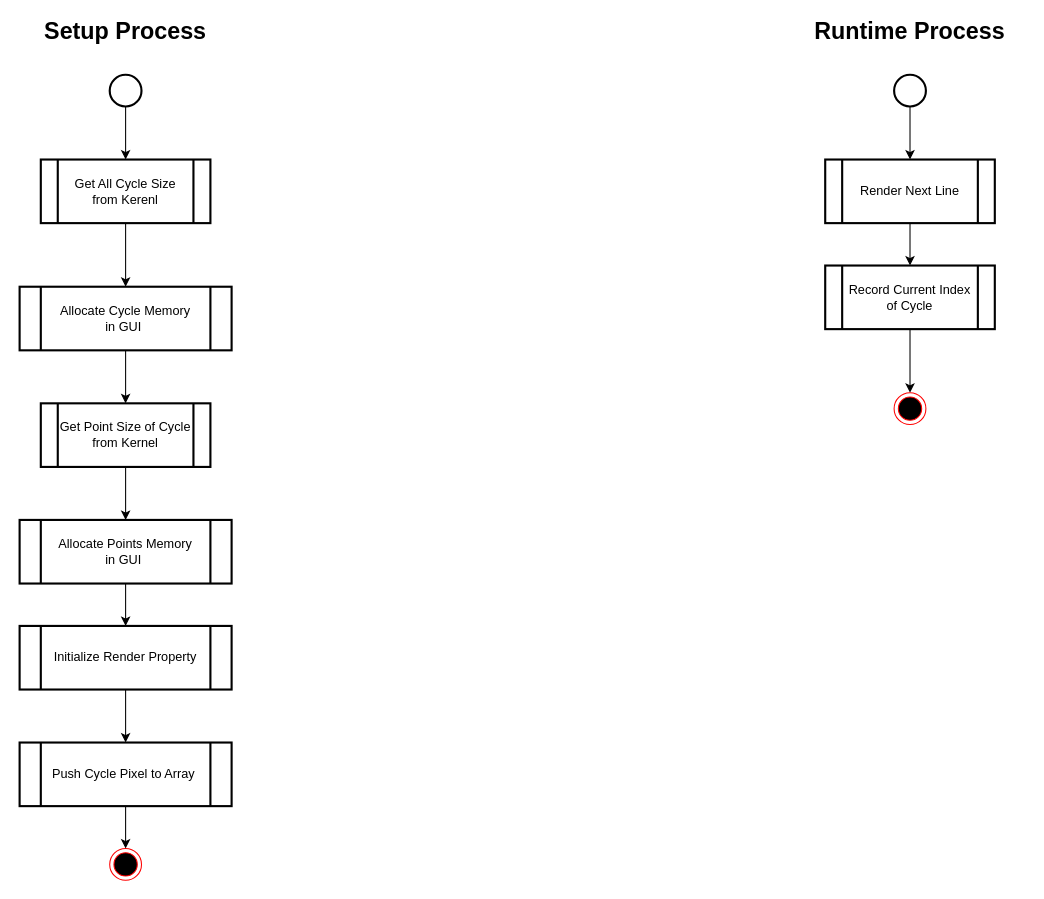
Earlier version of the draw.io diagram page "Setup & Runtime Flow" (4 of 4) of SG9KG5/Waveform.drawio (Jasson-Chou/Software-Projects). Source tidied: cells renumbered, new cells numbered last; positions are measured from the earlier drawing's top-left corner, leaving out a move shared by most shapes. Both pictures are drawn from the tidied source at 106%, with x=0, y=0 at pixel (19, 21).
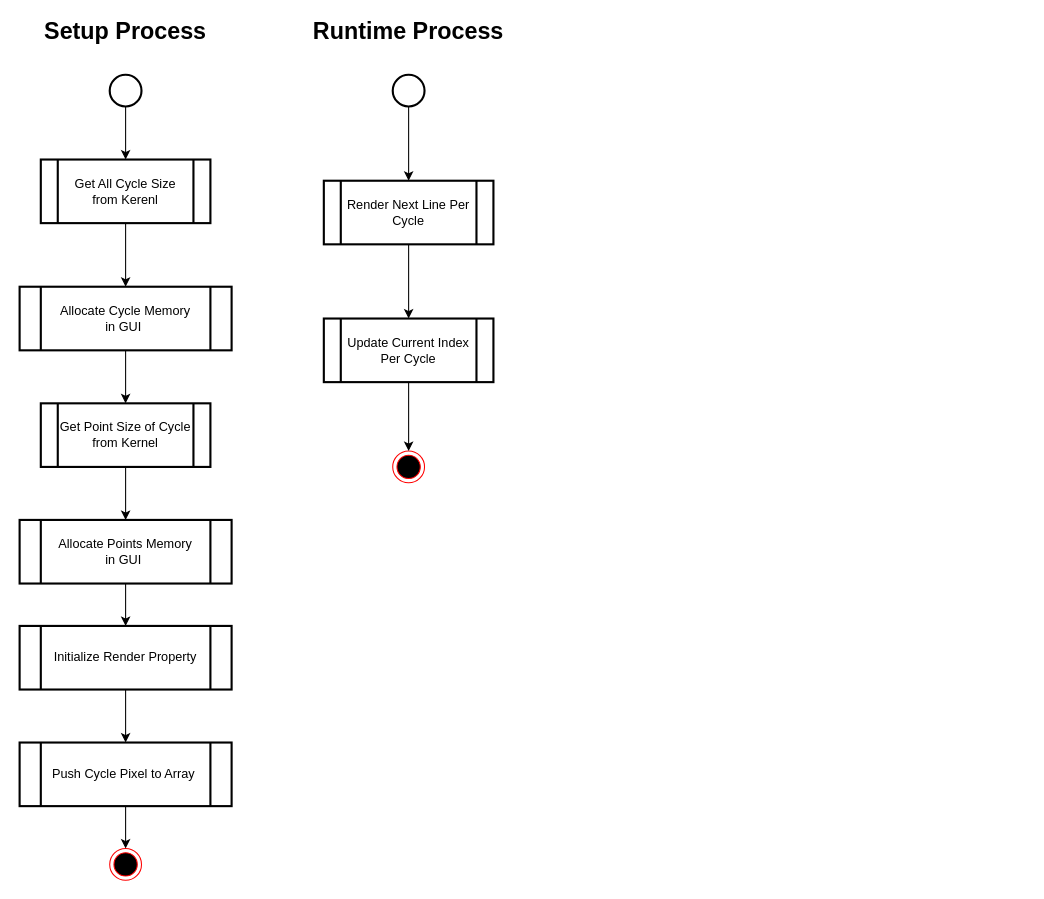
After the change.

Change to the diagram source:
```diff
@@
-    <mxCell id="14" value="Runtime Process" style="text;html=1;strokeColor=none;fillColor=none;align=center;verticalAlign=middle;whiteSpace=wrap;rounded=0;fontSize=22;fontStyle=1;" parent="1" vertex="1">
-      <mxGeometry x="730" width="220" height="20" as="geometry" />
-    </mxCell>
-    <mxCell id="15" style="edgeStyle=orthogonalEdgeStyle;rounded=0;jettySize=auto;html=1;entryX=0.5;entryY=0;entryDx=0;entryDy=0;fontSize=22;" parent="1" edge="1" source="16" target="18">
-      <mxGeometry relative="1" as="geometry" />
-    </mxCell>
-    <mxCell id="16" style="strokeWidth=2;html=1;shape=mxgraph.flowchart.start_2;whiteSpace=wrap;" parent="1" vertex="1">
-      <mxGeometry x="825" y="50" width="30" height="30" as="geometry" />
-    </mxCell>
-    <mxCell id="17" style="edgeStyle=orthogonalEdgeStyle;rounded=0;jettySize=auto;html=1;entryX=0.5;entryY=0;entryDx=0;entryDy=0;fontSize=22;" parent="1" edge="1" source="18" target="20">
-      <mxGeometry relative="1" as="geometry" />
-    </mxCell>
-    <mxCell id="18" value="Render Next Line" style="shape=process;whiteSpace=wrap;html=1;backgroundOutline=1;strokeWidth=2;" parent="1" vertex="1">
-      <mxGeometry x="760" y="130" width="160" height="60" as="geometry" />
-    </mxCell>
-    <mxCell id="19" style="edgeStyle=orthogonalEdgeStyle;rounded=0;jettySize=auto;html=1;entryX=0.5;entryY=0;entryDx=0;entryDy=0;fontSize=22;" parent="1" edge="1" source="20" target="21">
-      <mxGeometry relative="1" as="geometry" />
-    </mxCell>
-    <mxCell id="20" value="Record Current Index of&amp;nbsp;Cycle" style="shape=process;whiteSpace=wrap;html=1;backgroundOutline=1;strokeWidth=2;" parent="1" vertex="1">
-      <mxGeometry x="760" y="230" width="160" height="60" as="geometry" />
-    </mxCell>
-    <mxCell id="21" style="ellipse;html=1;shape=endState;fillColor=#000000;strokeColor=#ff0000;fontSize=22;" parent="1" vertex="1">
-      <mxGeometry x="825" y="350" width="30" height="30" as="geometry" />
-    </mxCell>
@@
+    <mxCell id="26" style="group;" parent="1" vertex="1">
+      <mxGeometry x="257" width="220" height="435" as="geometry" />
+    </mxCell>
+    <mxCell id="14" value="Runtime Process" style="text;html=1;strokeColor=none;fillColor=none;align=center;verticalAlign=middle;whiteSpace=wrap;rounded=0;fontSize=22;fontStyle=1;" parent="26" vertex="1">
+      <mxGeometry width="220" height="20" as="geometry" />
+    </mxCell>
+    <mxCell id="16" style="strokeWidth=2;html=1;shape=mxgraph.flowchart.start_2;whiteSpace=wrap;" parent="26" vertex="1">
+      <mxGeometry x="95" y="50" width="30" height="30" as="geometry" />
+    </mxCell>
+    <mxCell id="21" style="ellipse;html=1;shape=endState;fillColor=#000000;strokeColor=#ff0000;fontSize=22;" parent="26" vertex="1">
+      <mxGeometry x="95" y="405" width="30" height="30" as="geometry" />
+    </mxCell>
+    <mxCell id="27" value="Render Next Line Per Cycle" style="shape=process;whiteSpace=wrap;html=1;backgroundOutline=1;strokeWidth=2;" parent="26" vertex="1">
+      <mxGeometry x="30" y="150" width="160" height="60" as="geometry" />
+    </mxCell>
+    <mxCell id="15" style="edgeStyle=orthogonalEdgeStyle;rounded=0;jettySize=auto;html=1;entryX=0.5;entryY=0;entryDx=0;entryDy=0;fontSize=22;" parent="26" edge="1" source="16" target="27">
+      <mxGeometry relative="1" as="geometry" />
+    </mxCell>
+    <mxCell id="28" value="Update Current Index Per Cycle" style="shape=process;whiteSpace=wrap;html=1;backgroundOutline=1;strokeWidth=2;" parent="26" vertex="1">
+      <mxGeometry x="30" y="280" width="160" height="60" as="geometry" />
+    </mxCell>
+    <mxCell id="19" style="edgeStyle=orthogonalEdgeStyle;rounded=0;jettySize=auto;html=1;entryX=0.5;entryY=0;entryDx=0;entryDy=0;fontSize=22;exitX=0.5;exitY=1;exitDx=0;exitDy=0;" parent="26" edge="1" source="28" target="21">
+      <mxGeometry relative="1" as="geometry" />
+    </mxCell>
+    <mxCell id="29" style="edgeStyle=orthogonalEdgeStyle;rounded=0;jettySize=auto;html=1;entryX=0.5;entryY=0;entryDx=0;entryDy=0;fontSize=22;" parent="26" edge="1" source="27" target="28">
+      <mxGeometry relative="1" as="geometry" />
+    </mxCell>
```
